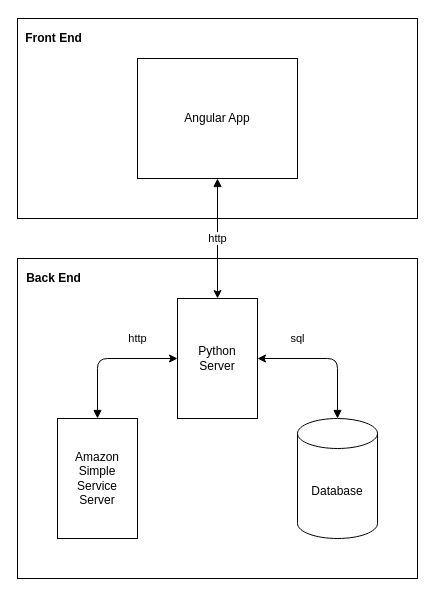
Before: design/integrated-system.drawio in ska-sa/images-hub, a draw.io diagram. Source tidied: cells renumbered, new cells numbered last; positions are measured from the earlier drawing's top-left corner, leaving out a move shared by most shapes. Both pictures are drawn from the tidied source at 100%, with x=0, y=0 at pixel (17, 17).
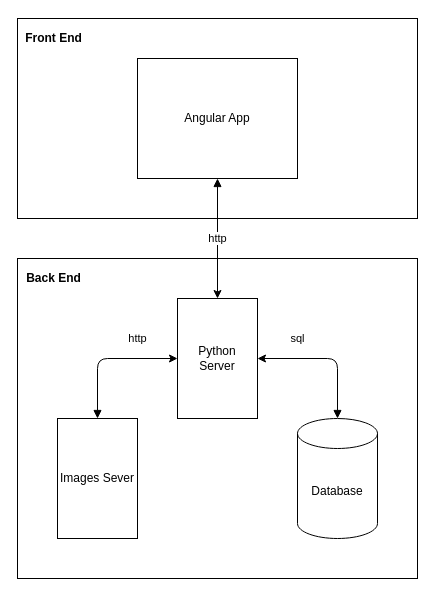
After the change.

Commit message:
Updated Image Server block name

Diff of the diagram source:
```diff
@@
 <mxGraphModel>
   <root>
     <mxCell id="0" />
     <mxCell id="1" parent="0" />
     <mxCell id="2" style="rounded=0;whiteSpace=wrap;html=1;" parent="1" vertex="1">
       <mxGeometry y="1" width="400" height="200" as="geometry" />
     </mxCell>
     <mxCell id="3" style="rounded=0;whiteSpace=wrap;html=1;" parent="1" vertex="1">
       <mxGeometry y="241" width="400" height="320" as="geometry" />
     </mxCell>
     <mxCell id="4" value="http" style="edgeStyle=none;html=1;exitX=0.5;exitY=0;exitDx=0;exitDy=0;entryX=0;entryY=0.5;entryDx=0;entryDy=0;startArrow=block;startFill=1;" parent="1" edge="1" source="5" target="8">
       <mxGeometry x="0.43" y="20" relative="1" as="geometry">
         <Array as="points">
           <mxPoint x="80" y="341" />
         </Array>
       </mxGeometry>
     </mxCell>
-    <mxCell id="5" value="Amazon Simple Service Server" style="rounded=0;whiteSpace=wrap;html=1;" parent="1" vertex="1">
+    <mxCell id="5" value="Images Sever" style="rounded=0;whiteSpace=wrap;html=1;" parent="1" vertex="1">
       <mxGeometry x="40" y="401" width="80" height="120" as="geometry" />
     </mxCell>
     <mxCell id="6" value="sql" style="edgeStyle=none;html=1;exitX=0.5;exitY=0;exitDx=0;exitDy=0;exitPerimeter=0;entryX=1;entryY=0.5;entryDx=0;entryDy=0;startArrow=block;startFill=1;" parent="1" edge="1" source="7" target="8">
       <mxGeometry x="0.43" y="-20" relative="1" as="geometry">
         <Array as="points">
           <mxPoint x="320" y="341" />
         </Array>
       </mxGeometry>
     </mxCell>
     <mxCell id="7" value="Database" style="shape=cylinder3;whiteSpace=wrap;html=1;boundedLbl=1;backgroundOutline=1;size=15;" parent="1" vertex="1">
       <mxGeometry x="280" y="401" width="80" height="120" as="geometry" />
     </mxCell>
     <mxCell id="8" value="Python &lt;br&gt;Server" style="rounded=0;whiteSpace=wrap;html=1;" parent="1" vertex="1">
       <mxGeometry x="160" y="281" width="80" height="120" as="geometry" />
     </mxCell>
     <mxCell id="9" value="http" style="edgeStyle=none;html=1;exitX=0.5;exitY=1;exitDx=0;exitDy=0;entryX=0.5;entryY=0;entryDx=0;entryDy=0;startArrow=block;startFill=1;" parent="1" edge="1" source="10" target="8">
       <mxGeometry relative="1" as="geometry" />
     </mxCell>
     <mxCell id="10" value="Angular App" style="rounded=0;whiteSpace=wrap;html=1;" parent="1" vertex="1">
       <mxGeometry x="120" y="41" width="160" height="120" as="geometry" />
     </mxCell>
     <mxCell id="11" value="&lt;p style=&quot;line-height: 120%;&quot;&gt;&lt;b&gt;Front End&lt;/b&gt;&lt;/p&gt;" style="text;html=1;align=center;verticalAlign=middle;strokeColor=none;fillColor=none;spacing=-2;" parent="1" vertex="1">
       <mxGeometry x="2" width="67" height="42" as="geometry" />
     </mxCell>
     <mxCell id="12" value="&lt;p style=&quot;line-height: 120%;&quot;&gt;&lt;b&gt;Back End&lt;/b&gt;&lt;/p&gt;" style="text;html=1;align=center;verticalAlign=middle;strokeColor=none;fillColor=none;spacing=-2;" parent="1" vertex="1">
       <mxGeometry x="3" y="240" width="65" height="42" as="geometry" />
     </mxCell>
   </root>
 </mxGraphModel>
```
